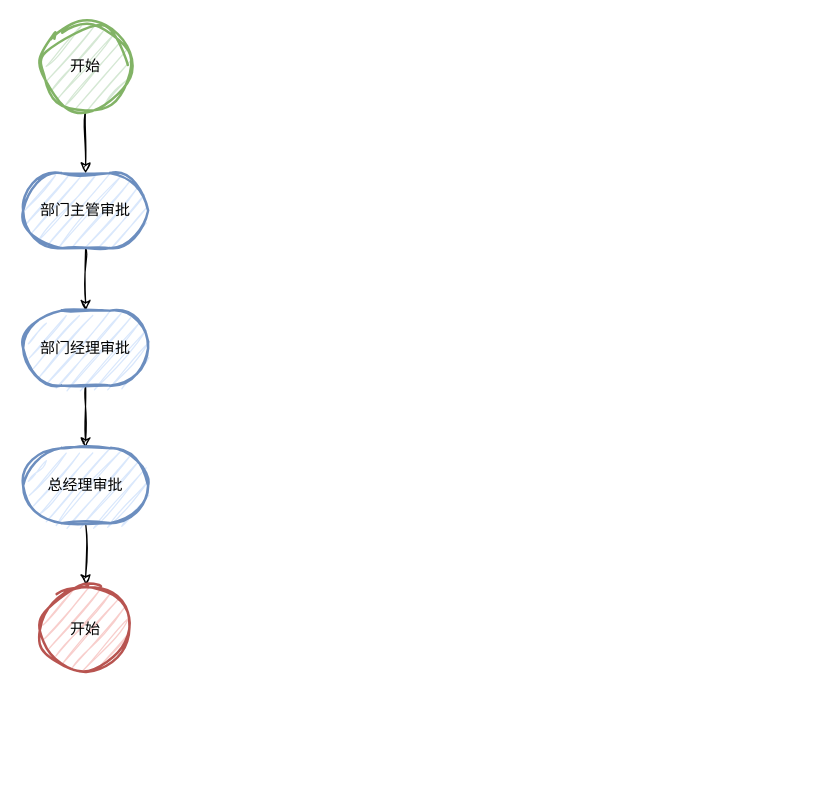
Before: other/未命名绘图.drawio in thebesteric/draw.io, a draw.io diagram. Source tidied: cells renumbered, new cells numbered last; positions are measured from the earlier drawing's top-left corner, leaving out a move shared by most shapes. Both pictures are drawn from the tidied source at 125%, with x=0, y=0 at pixel (22, 22).
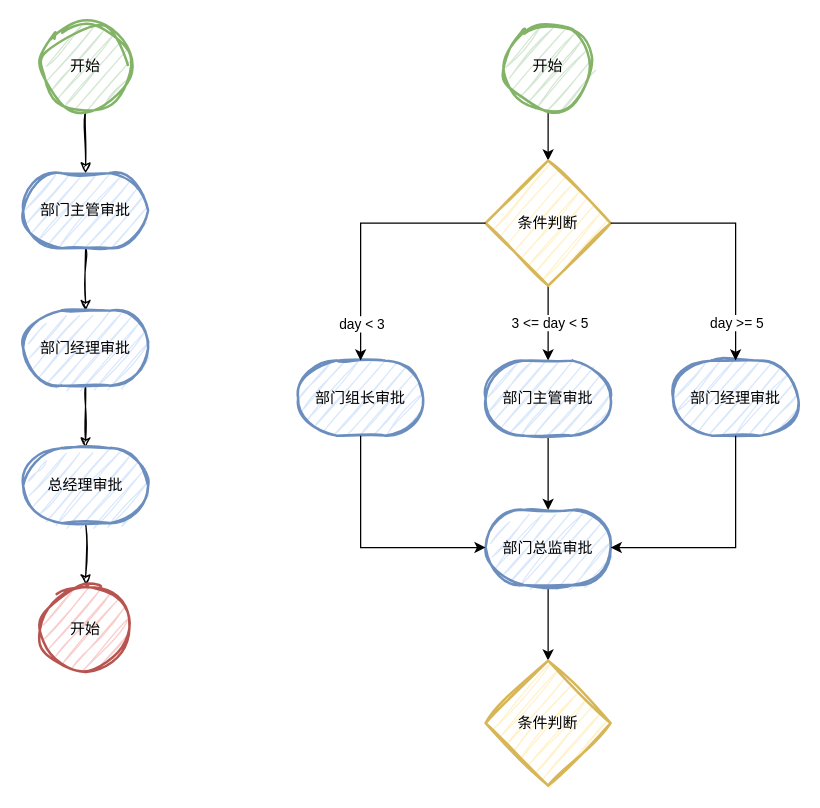
The same page after the edit.

Commit message:
更新未命名绘图.drawio

The edit, as a diff of the source:
```diff
@@
+    <mxCell id="11" style="edgeStyle=orthogonalEdgeStyle;rounded=0;jettySize=auto;html=1;" parent="1" edge="1" source="12" target="14">
+      <mxGeometry relative="1" as="geometry" />
+    </mxCell>
+    <mxCell id="12" value="开始" style="strokeWidth=2;html=1;shape=mxgraph.flowchart.start_2;whiteSpace=wrap;fillColor=#d5e8d4;strokeColor=#82b366;sketch=1;curveFitting=1;jiggle=2;" parent="1" vertex="1">
+      <mxGeometry x="385" width="70" height="70" as="geometry" />
+    </mxCell>
+    <mxCell id="13" value="&amp;nbsp;3 &amp;lt;= day &amp;lt; 5" style="edgeStyle=orthogonalEdgeStyle;rounded=0;jettySize=auto;html=1;" parent="1" edge="1" source="14" target="17">
+      <mxGeometry relative="1" as="geometry" />
+    </mxCell>
+    <mxCell id="14" value="条件判断" style="strokeWidth=2;html=1;shape=mxgraph.flowchart.decision;whiteSpace=wrap;fillColor=#fff2cc;strokeColor=#d6b656;sketch=1;curveFitting=1;jiggle=2;" parent="1" vertex="1">
+      <mxGeometry x="370" y="110" width="100" height="100" as="geometry" />
+    </mxCell>
+    <mxCell id="15" value="部门组长审批" style="strokeWidth=2;html=1;shape=mxgraph.flowchart.terminator;whiteSpace=wrap;fillColor=#dae8fc;strokeColor=#6c8ebf;sketch=1;curveFitting=1;jiggle=2;" parent="1" vertex="1">
+      <mxGeometry x="220" y="270" width="100" height="60" as="geometry" />
+    </mxCell>
+    <mxCell id="16" style="edgeStyle=orthogonalEdgeStyle;rounded=0;jettySize=auto;html=1;" parent="1" edge="1" source="17" target="24">
+      <mxGeometry relative="1" as="geometry" />
+    </mxCell>
+    <mxCell id="17" value="部门主管审批" style="strokeWidth=2;html=1;shape=mxgraph.flowchart.terminator;whiteSpace=wrap;fillColor=#dae8fc;strokeColor=#6c8ebf;sketch=1;curveFitting=1;jiggle=2;" parent="1" vertex="1">
+      <mxGeometry x="370" y="270" width="100" height="60" as="geometry" />
+    </mxCell>
+    <mxCell id="18" value="部门经理审批" style="strokeWidth=2;html=1;shape=mxgraph.flowchart.terminator;whiteSpace=wrap;fillColor=#dae8fc;strokeColor=#6c8ebf;sketch=1;curveFitting=1;jiggle=2;" parent="1" vertex="1">
+      <mxGeometry x="520" y="270" width="100" height="60" as="geometry" />
+    </mxCell>
+    <mxCell id="19" style="edgeStyle=orthogonalEdgeStyle;rounded=0;jettySize=auto;html=1;entryX=0.5;entryY=0;entryDx=0;entryDy=0;entryPerimeter=0;" parent="1" edge="1" source="14" target="15">
+      <mxGeometry relative="1" as="geometry" />
+    </mxCell>
+    <mxCell id="20" value="day &amp;lt; 3" style="edgeLabel;html=1;align=center;verticalAlign=middle;" parent="19" vertex="1">
+      <mxGeometry x="-0.46" y="-1" relative="1" as="geometry">
+        <mxPoint x="-43" y="81" as="offset" />
+      </mxGeometry>
+    </mxCell>
+    <mxCell id="21" style="edgeStyle=orthogonalEdgeStyle;rounded=0;jettySize=auto;html=1;entryX=0.5;entryY=0;entryDx=0;entryDy=0;entryPerimeter=0;" parent="1" edge="1" source="14" target="18">
+      <mxGeometry relative="1" as="geometry" />
+    </mxCell>
+    <mxCell id="22" value="day &amp;gt;= 5" style="edgeLabel;html=1;align=center;verticalAlign=middle;" parent="21" vertex="1">
+      <mxGeometry x="0.67" y="-1" relative="1" as="geometry">
+        <mxPoint x="1" y="4" as="offset" />
+      </mxGeometry>
+    </mxCell>
+    <mxCell id="23" style="edgeStyle=orthogonalEdgeStyle;rounded=0;jettySize=auto;html=1;" parent="1" edge="1" source="24" target="27">
+      <mxGeometry relative="1" as="geometry" />
+    </mxCell>
+    <mxCell id="24" value="部门总监审批" style="strokeWidth=2;html=1;shape=mxgraph.flowchart.terminator;whiteSpace=wrap;fillColor=#dae8fc;strokeColor=#6c8ebf;sketch=1;curveFitting=1;jiggle=2;" parent="1" vertex="1">
+      <mxGeometry x="370" y="389.5" width="100" height="60" as="geometry" />
+    </mxCell>
+    <mxCell id="25" style="edgeStyle=orthogonalEdgeStyle;rounded=0;jettySize=auto;html=1;entryX=0;entryY=0.5;entryDx=0;entryDy=0;entryPerimeter=0;exitX=0.5;exitY=1;exitDx=0;exitDy=0;exitPerimeter=0;" parent="1" edge="1" source="15" target="24">
+      <mxGeometry relative="1" as="geometry" />
+    </mxCell>
+    <mxCell id="26" style="edgeStyle=orthogonalEdgeStyle;rounded=0;jettySize=auto;html=1;entryX=1;entryY=0.5;entryDx=0;entryDy=0;entryPerimeter=0;exitX=0.5;exitY=1;exitDx=0;exitDy=0;exitPerimeter=0;" parent="1" edge="1" source="18" target="24">
+      <mxGeometry relative="1" as="geometry" />
+    </mxCell>
+    <mxCell id="27" value="条件判断" style="strokeWidth=2;html=1;shape=mxgraph.flowchart.decision;whiteSpace=wrap;fillColor=#fff2cc;strokeColor=#d6b656;sketch=1;curveFitting=1;jiggle=2;" parent="1" vertex="1">
+      <mxGeometry x="370" y="510" width="100" height="100" as="geometry" />
+    </mxCell>
```
